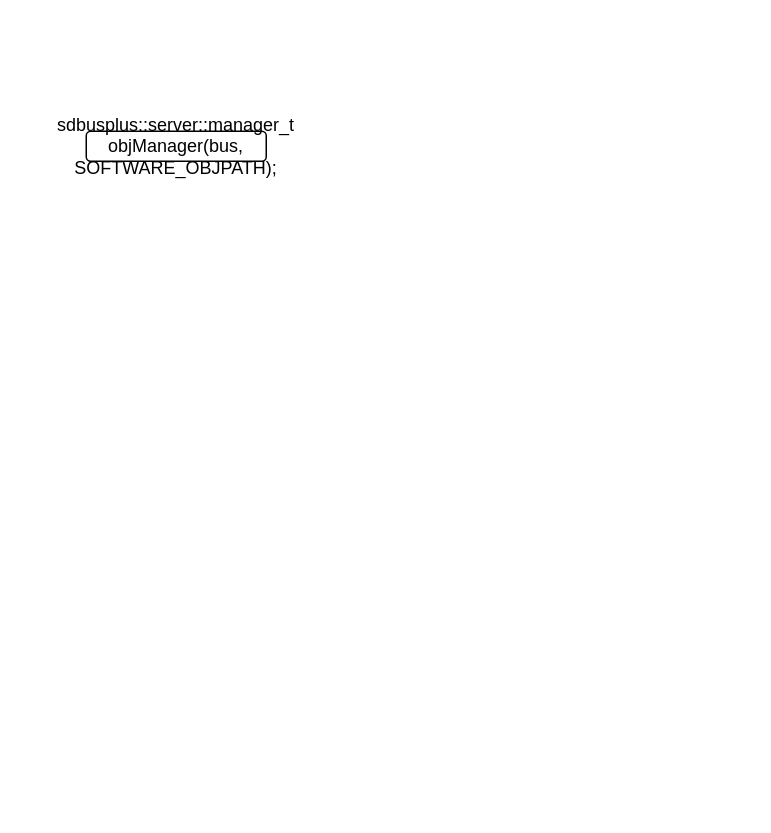
Above: software.drawio in yuanzhaoming/draws (draw.io), before the change. Source tidied: cells renumbered, new cells numbered last; positions are measured from the earlier drawing's top-left corner, leaving out a move shared by most shapes. Both pictures are drawn from the tidied source at 150%, with x=0, y=0 at pixel (86, 130).
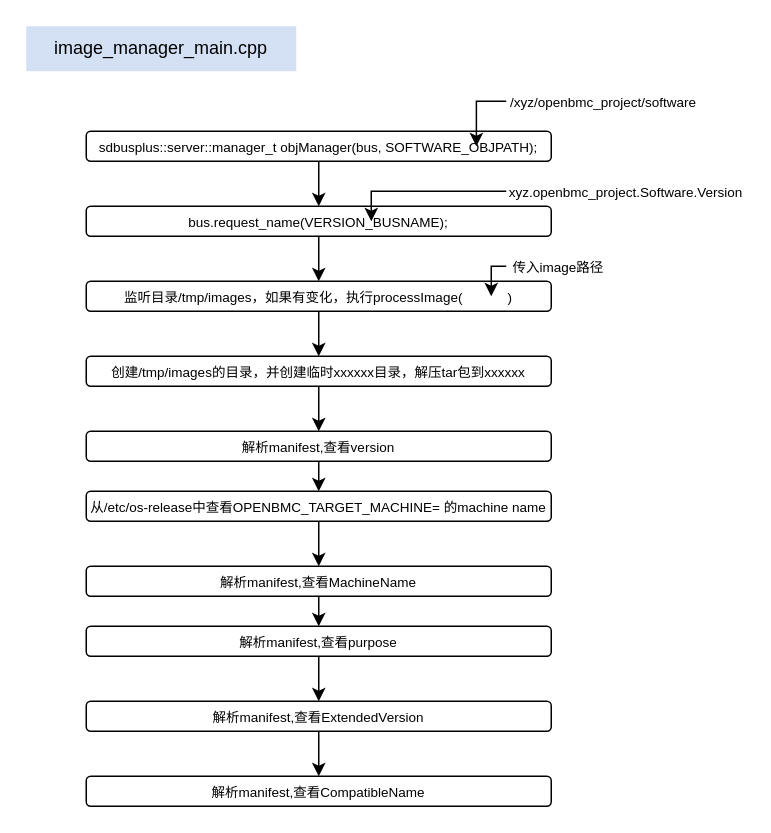
The same page after the edit.

The edit, as a diff of the source:
```diff
@@
+    <mxCell id="3" style="edgeStyle=orthogonalEdgeStyle;rounded=0;jettySize=auto;html=1;exitX=0.5;exitY=1;exitDx=0;exitDy=0;entryX=0.5;entryY=0;entryDx=0;entryDy=0;" parent="1" edge="1" source="2" target="7">
+      <mxGeometry relative="1" as="geometry" />
+    </mxCell>
-    <mxCell id="2" value="sdbusplus::server::manager_t objManager(bus, SOFTWARE_OBJPATH);" style="rounded=1;whiteSpace=wrap;html=1;" parent="1" vertex="1">
-      <mxGeometry width="120" height="20" as="geometry" />
+    <mxCell id="2" value="&lt;font style=&quot;font-size: 9px;&quot;&gt;sdbusplus::server::manager_t objManager(bus, &lt;/font&gt;&lt;font style=&quot;font-size: 9px;&quot;&gt;SOFTWARE_OBJPATH);&lt;/font&gt;" style="rounded=1;whiteSpace=wrap;html=1;" parent="1" vertex="1">
+      <mxGeometry width="310" height="20" as="geometry" />
     </mxCell>
+    <mxCell id="4" value="&lt;font style=&quot;font-size: 9px;&quot;&gt;/xyz/openbmc_project/software&lt;/font&gt;" style="text;html=1;whiteSpace=wrap;strokeColor=none;fillColor=none;align=center;verticalAlign=middle;rounded=0;" parent="1" vertex="1">
+      <mxGeometry x="280" y="-30" width="130" height="20" as="geometry" />
+    </mxCell>
+    <mxCell id="5" style="edgeStyle=orthogonalEdgeStyle;rounded=0;jettySize=auto;html=1;exitX=0;exitY=0.5;exitDx=0;exitDy=0;entryX=0.839;entryY=0.5;entryDx=0;entryDy=0;entryPerimeter=0;" parent="1" edge="1" source="4" target="2">
+      <mxGeometry relative="1" as="geometry" />
+    </mxCell>
+    <mxCell id="6" style="edgeStyle=orthogonalEdgeStyle;rounded=0;jettySize=auto;html=1;exitX=0.5;exitY=1;exitDx=0;exitDy=0;entryX=0.5;entryY=0;entryDx=0;entryDy=0;" parent="1" edge="1" source="7" target="11">
+      <mxGeometry relative="1" as="geometry" />
+    </mxCell>
+    <mxCell id="7" value="&lt;font style=&quot;font-size: 9px;&quot;&gt;bus.request_name(VERSION_BUSNAME);&lt;/font&gt;" style="rounded=1;whiteSpace=wrap;html=1;" parent="1" vertex="1">
+      <mxGeometry y="50" width="310" height="20" as="geometry" />
+    </mxCell>
+    <mxCell id="8" value="&lt;font style=&quot;font-size: 9px;&quot;&gt;xyz.openbmc_project.Software.Version&lt;/font&gt;" style="text;html=1;whiteSpace=wrap;strokeColor=none;fillColor=none;align=center;verticalAlign=middle;rounded=0;" parent="1" vertex="1">
+      <mxGeometry x="280" y="30" width="160" height="20" as="geometry" />
+    </mxCell>
+    <mxCell id="9" style="edgeStyle=orthogonalEdgeStyle;rounded=0;jettySize=auto;html=1;exitX=0;exitY=0.5;exitDx=0;exitDy=0;entryX=0.613;entryY=0.5;entryDx=0;entryDy=0;entryPerimeter=0;" parent="1" edge="1" source="8" target="7">
+      <mxGeometry relative="1" as="geometry">
+        <Array as="points">
+          <mxPoint x="190" y="40" />
+        </Array>
+      </mxGeometry>
+    </mxCell>
+    <mxCell id="10" style="edgeStyle=orthogonalEdgeStyle;rounded=0;jettySize=auto;html=1;exitX=0.5;exitY=1;exitDx=0;exitDy=0;entryX=0.5;entryY=0;entryDx=0;entryDy=0;" parent="1" edge="1" source="11" target="15">
+      <mxGeometry relative="1" as="geometry" />
+    </mxCell>
+    <mxCell id="11" value="&lt;font style=&quot;font-size: 9px;&quot;&gt;监听目录/tmp/images，如果有变化，执行processImage(&amp;nbsp; &amp;nbsp; &amp;nbsp; &amp;nbsp; &amp;nbsp; &amp;nbsp; )&lt;/font&gt;" style="rounded=1;whiteSpace=wrap;html=1;" parent="1" vertex="1">
+      <mxGeometry y="100" width="310" height="20" as="geometry" />
+    </mxCell>
+    <mxCell id="12" value="&lt;font style=&quot;font-size: 9px;&quot;&gt;传入image路径&lt;/font&gt;" style="text;html=1;whiteSpace=wrap;strokeColor=none;fillColor=none;align=center;verticalAlign=middle;rounded=0;" parent="1" vertex="1">
+      <mxGeometry x="280" y="80" width="70" height="20" as="geometry" />
+    </mxCell>
+    <mxCell id="13" style="edgeStyle=orthogonalEdgeStyle;rounded=0;jettySize=auto;html=1;exitX=0;exitY=0.5;exitDx=0;exitDy=0;entryX=0.871;entryY=0.5;entryDx=0;entryDy=0;entryPerimeter=0;" parent="1" edge="1" source="12" target="11">
+      <mxGeometry relative="1" as="geometry" />
+    </mxCell>
+    <mxCell id="14" style="edgeStyle=orthogonalEdgeStyle;rounded=0;jettySize=auto;html=1;exitX=0.5;exitY=1;exitDx=0;exitDy=0;entryX=0.5;entryY=0;entryDx=0;entryDy=0;" parent="1" edge="1" source="15" target="17">
+      <mxGeometry relative="1" as="geometry" />
+    </mxCell>
+    <mxCell id="15" value="&lt;font style=&quot;font-size: 9px;&quot;&gt;创建/tmp/images的目录，并创建临时xxxxxx目录，解压tar包到xxxxxx&lt;/font&gt;" style="rounded=1;whiteSpace=wrap;html=1;" parent="1" vertex="1">
+      <mxGeometry y="150" width="310" height="20" as="geometry" />
+    </mxCell>
+    <mxCell id="16" style="edgeStyle=orthogonalEdgeStyle;rounded=0;jettySize=auto;html=1;exitX=0.5;exitY=1;exitDx=0;exitDy=0;entryX=0.5;entryY=0;entryDx=0;entryDy=0;" parent="1" edge="1" source="17" target="19">
+      <mxGeometry relative="1" as="geometry" />
+    </mxCell>
+    <mxCell id="17" value="&lt;font style=&quot;font-size: 9px;&quot;&gt;解析manifest,查看version&lt;/font&gt;" style="rounded=1;whiteSpace=wrap;html=1;" parent="1" vertex="1">
+      <mxGeometry y="200" width="310" height="20" as="geometry" />
+    </mxCell>
+    <mxCell id="18" style="edgeStyle=orthogonalEdgeStyle;rounded=0;jettySize=auto;html=1;exitX=0.5;exitY=1;exitDx=0;exitDy=0;entryX=0.5;entryY=0;entryDx=0;entryDy=0;" parent="1" edge="1" source="19" target="21">
+      <mxGeometry relative="1" as="geometry" />
+    </mxCell>
+    <mxCell id="19" value="&lt;font style=&quot;font-size: 9px;&quot;&gt;从/etc/os-release中查看OPENBMC_TARGET_MACHINE= 的machine name&lt;/font&gt;" style="rounded=1;whiteSpace=wrap;html=1;" parent="1" vertex="1">
+      <mxGeometry y="240" width="310" height="20" as="geometry" />
+    </mxCell>
+    <mxCell id="20" style="edgeStyle=orthogonalEdgeStyle;rounded=0;jettySize=auto;html=1;exitX=0.5;exitY=1;exitDx=0;exitDy=0;entryX=0.5;entryY=0;entryDx=0;entryDy=0;" parent="1" edge="1" source="21" target="23">
+      <mxGeometry relative="1" as="geometry" />
+    </mxCell>
+    <mxCell id="21" value="&lt;font style=&quot;font-size: 9px;&quot;&gt;解析manifest,查看MachineName&lt;/font&gt;" style="rounded=1;whiteSpace=wrap;html=1;" parent="1" vertex="1">
+      <mxGeometry y="290" width="310" height="20" as="geometry" />
+    </mxCell>
+    <mxCell id="22" style="edgeStyle=orthogonalEdgeStyle;rounded=0;jettySize=auto;html=1;exitX=0.5;exitY=1;exitDx=0;exitDy=0;entryX=0.5;entryY=0;entryDx=0;entryDy=0;" parent="1" edge="1" source="23" target="25">
+      <mxGeometry relative="1" as="geometry" />
+    </mxCell>
+    <mxCell id="23" value="&lt;font style=&quot;font-size: 9px;&quot;&gt;解析manifest,查看purpose&lt;/font&gt;" style="rounded=1;whiteSpace=wrap;html=1;" parent="1" vertex="1">
+      <mxGeometry y="330" width="310" height="20" as="geometry" />
+    </mxCell>
+    <mxCell id="24" style="edgeStyle=orthogonalEdgeStyle;rounded=0;jettySize=auto;html=1;exitX=0.5;exitY=1;exitDx=0;exitDy=0;entryX=0.5;entryY=0;entryDx=0;entryDy=0;" parent="1" edge="1" source="25" target="26">
+      <mxGeometry relative="1" as="geometry" />
+    </mxCell>
+    <mxCell id="25" value="&lt;font style=&quot;font-size: 9px;&quot;&gt;解析manifest,查看ExtendedVersion&lt;/font&gt;" style="rounded=1;whiteSpace=wrap;html=1;" parent="1" vertex="1">
+      <mxGeometry y="380" width="310" height="20" as="geometry" />
+    </mxCell>
+    <mxCell id="26" value="&lt;font style=&quot;font-size: 9px;&quot;&gt;解析manifest,查看CompatibleName&lt;/font&gt;" style="rounded=1;whiteSpace=wrap;html=1;" parent="1" vertex="1">
+      <mxGeometry y="430" width="310" height="20" as="geometry" />
+    </mxCell>
+    <mxCell id="27" value="image_manager_main.cpp" style="text;html=1;whiteSpace=wrap;strokeColor=none;fillColor=#D4E1F5;align=center;verticalAlign=middle;rounded=0;" parent="1" vertex="1">
+      <mxGeometry x="-40" y="-70" width="180" height="30" as="geometry" />
+    </mxCell>
```
